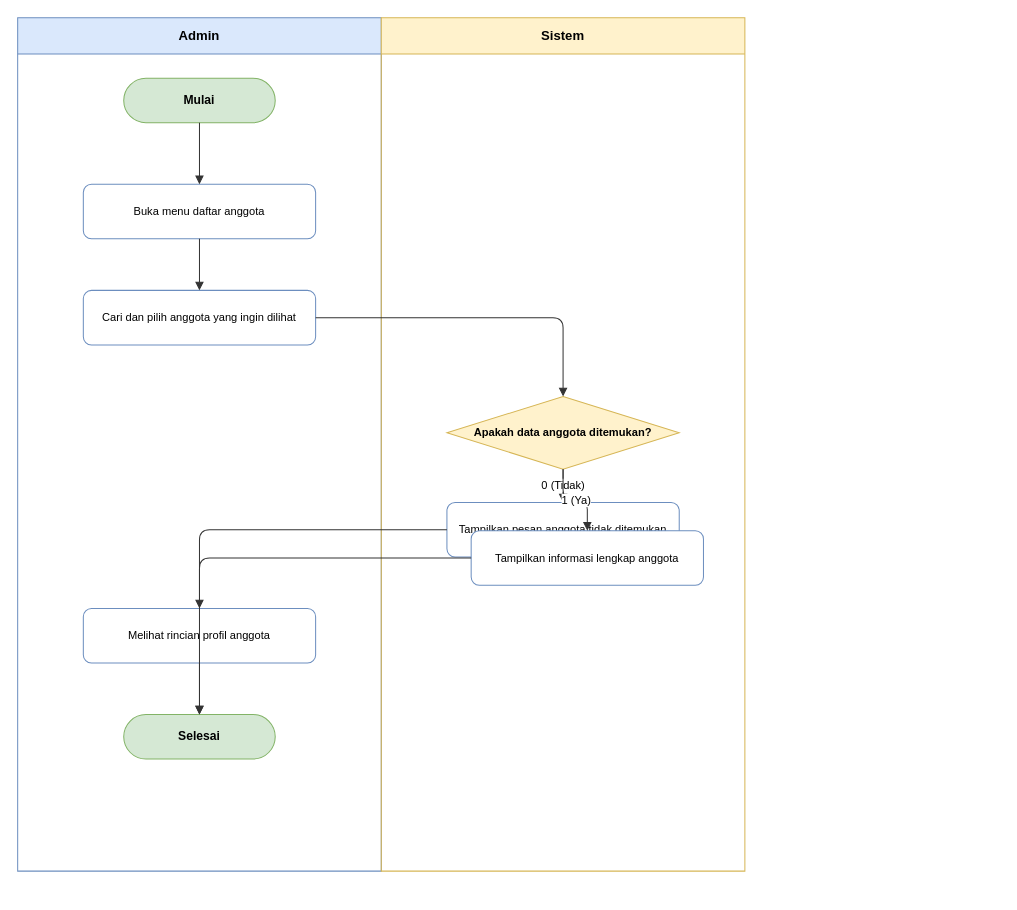
The draw.io diagram docs/diagrams/activity/activity-getuser.drawio in dimstyle/ruang-baca, before the edit. Source tidied: cells renumbered, new cells numbered last; positions are measured from the earlier drawing's top-left corner, leaving out a move shared by most shapes. Both pictures are drawn from the tidied source at 101%, with x=0, y=0 at pixel (17, 17).
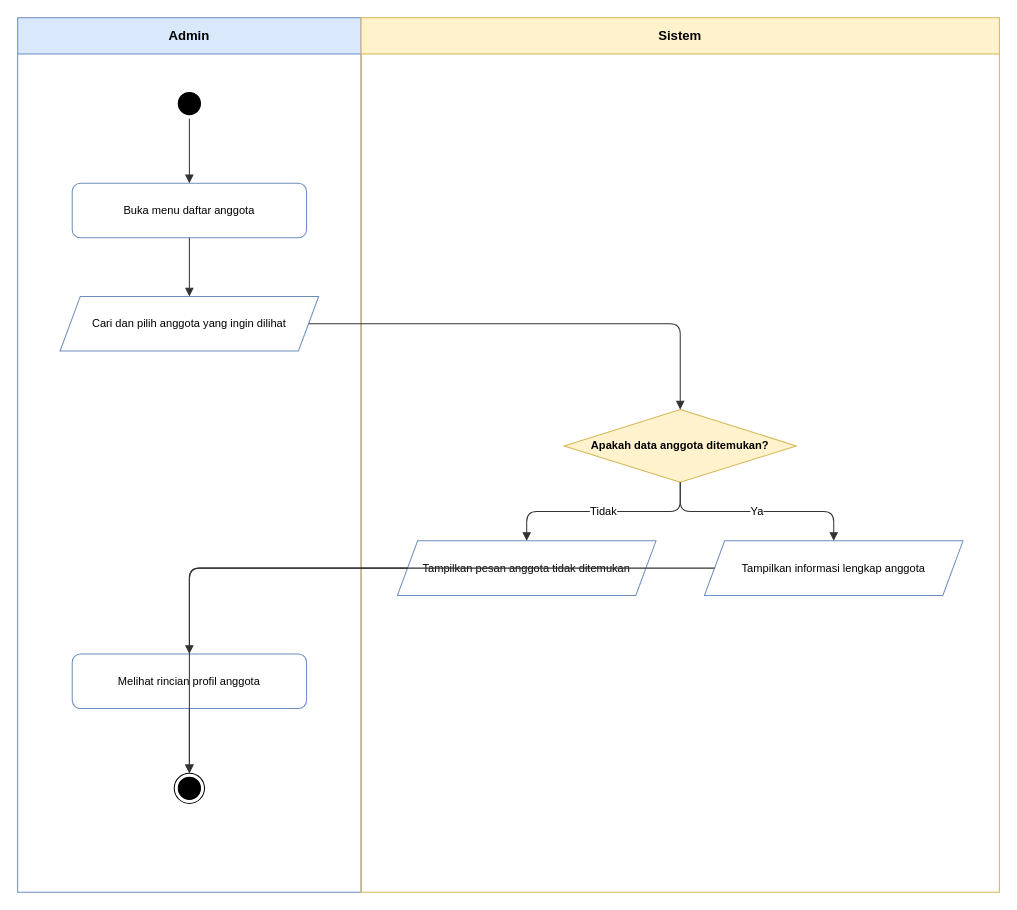
The same page after the edit.

Change to the diagram source:
```diff
@@
 <mxGraphModel>
   <root>
     <mxCell id="0" />
     <mxCell id="1" parent="0" />
     <mxCell id="2" value="Admin" style="swimlane;whiteSpace=wrap;html=1;startSize=36;fillColor=#dae8fc;strokeColor=#6c8ebf;fontStyle=1;fontSize=13;" parent="1" vertex="1">
-      <mxGeometry width="360" height="845" as="geometry" />
+      <mxGeometry width="340" height="866" as="geometry" />
     </mxCell>
     <mxCell id="3" value="Sistem" style="swimlane;whiteSpace=wrap;html=1;startSize=36;fillColor=#fff2cc;strokeColor=#d6b656;fontStyle=1;fontSize=13;" parent="1" vertex="1">
-      <mxGeometry x="360" width="360" height="845" as="geometry" />
+      <mxGeometry x="340" width="632" height="866" as="geometry" />
     </mxCell>
-    <mxCell id="4" value="Mulai" style="rounded=1;whiteSpace=wrap;html=1;arcSize=50;fillColor=#d5e8d4;strokeColor=#82b366;fontStyle=1;fontSize=12;" parent="2" vertex="1">
-      <mxGeometry x="105" y="60" width="150" height="44" as="geometry" />
+    <mxCell id="4" style="ellipse;html=1;shape=startState;fillColor=#000000;strokeColor=#000000;" parent="2" vertex="1">
+      <mxGeometry x="155" y="70" width="30" height="30" as="geometry" />
     </mxCell>
     <mxCell id="5" value="Buka menu daftar anggota" style="rounded=1;whiteSpace=wrap;html=1;fillColor=#ffffff;strokeColor=#6c8ebf;fontSize=11;" parent="2" vertex="1">
-      <mxGeometry x="65" y="165" width="230" height="54" as="geometry" />
+      <mxGeometry x="54" y="164" width="232" height="54" as="geometry" />
     </mxCell>
-    <mxCell id="6" value="Cari dan pilih anggota yang ingin dilihat" style="rounded=1;whiteSpace=wrap;html=1;fillColor=#ffffff;strokeColor=#6c8ebf;fontSize=11;" parent="2" vertex="1">
-      <mxGeometry x="65" y="270" width="230" height="54" as="geometry" />
+    <mxCell id="6" value="Cari dan pilih anggota yang ingin dilihat" style="shape=parallelogram;perimeter=parallelogramPerimeter;whiteSpace=wrap;html=1;fixedSize=1;fillColor=#ffffff;strokeColor=#6c8ebf;fontSize=11;" parent="2" vertex="1">
+      <mxGeometry x="42" y="276" width="256" height="54" as="geometry" />
     </mxCell>
     <mxCell id="7" value="Melihat rincian profil anggota" style="rounded=1;whiteSpace=wrap;html=1;fillColor=#ffffff;strokeColor=#6c8ebf;fontSize=11;" parent="2" vertex="1">
-      <mxGeometry x="65" y="585" width="230" height="54" as="geometry" />
+      <mxGeometry x="54" y="630" width="232" height="54" as="geometry" />
     </mxCell>
-    <mxCell id="8" value="Selesai" style="rounded=1;whiteSpace=wrap;html=1;arcSize=50;fillColor=#d5e8d4;strokeColor=#82b366;fontStyle=1;fontSize=12;" parent="2" vertex="1">
-      <mxGeometry x="105" y="690" width="150" height="44" as="geometry" />
+    <mxCell id="8" style="ellipse;html=1;shape=endState;fillColor=#000000;strokeColor=#000000;" parent="2" vertex="1">
+      <mxGeometry x="155" y="748" width="30" height="30" as="geometry" />
     </mxCell>
     <mxCell id="9" value="Apakah data anggota ditemukan?" style="rhombus;whiteSpace=wrap;html=1;fillColor=#fff2cc;strokeColor=#d6b656;fontStyle=1;fontSize=11;" parent="3" vertex="1">
-      <mxGeometry x="65" y="375" width="230" height="72" as="geometry" />
+      <mxGeometry x="201" y="388" width="230" height="72" as="geometry" />
     </mxCell>
-    <mxCell id="10" value="Tampilkan pesan anggota tidak ditemukan" style="rounded=1;whiteSpace=wrap;html=1;fillColor=#ffffff;strokeColor=#6c8ebf;fontSize=11;" parent="3" vertex="1">
-      <mxGeometry x="65" y="480" width="230" height="54" as="geometry" />
+    <mxCell id="10" value="Tampilkan pesan anggota tidak ditemukan" style="shape=parallelogram;perimeter=parallelogramPerimeter;whiteSpace=wrap;html=1;fixedSize=1;fillColor=#ffffff;strokeColor=#6c8ebf;fontSize=11;" parent="3" vertex="1">
+      <mxGeometry x="36" y="518" width="256" height="54" as="geometry" />
     </mxCell>
-    <mxCell id="11" value="Tampilkan informasi lengkap anggota" style="rounded=1;whiteSpace=wrap;html=1;fillColor=#ffffff;strokeColor=#6c8ebf;fontSize=11;" parent="3" vertex="1">
-      <mxGeometry x="89" y="508" width="230" height="54" as="geometry" />
+    <mxCell id="11" value="Tampilkan informasi lengkap anggota" style="shape=parallelogram;perimeter=parallelogramPerimeter;whiteSpace=wrap;html=1;fixedSize=1;fillColor=#ffffff;strokeColor=#6c8ebf;fontSize=11;" parent="3" vertex="1">
+      <mxGeometry x="340" y="518" width="256" height="54" as="geometry" />
     </mxCell>
     <mxCell id="12" style="edgeStyle=orthogonalEdgeStyle;rounded=1;jettySize=auto;html=1;endArrow=block;endFill=1;strokeColor=#333333;fontSize=11;labelBackgroundColor=#ffffff;" parent="1" edge="1" source="4" target="5">
       <mxGeometry relative="1" as="geometry" />
     </mxCell>
     <mxCell id="13" style="edgeStyle=orthogonalEdgeStyle;rounded=1;jettySize=auto;html=1;endArrow=block;endFill=1;strokeColor=#333333;fontSize=11;labelBackgroundColor=#ffffff;" parent="1" edge="1" source="5" target="6">
       <mxGeometry relative="1" as="geometry" />
     </mxCell>
     <mxCell id="14" style="edgeStyle=orthogonalEdgeStyle;rounded=1;jettySize=auto;html=1;endArrow=block;endFill=1;strokeColor=#333333;fontSize=11;labelBackgroundColor=#ffffff;" parent="1" edge="1" source="7" target="8">
       <mxGeometry relative="1" as="geometry" />
     </mxCell>
     <mxCell id="15" style="edgeStyle=orthogonalEdgeStyle;rounded=1;jettySize=auto;html=1;endArrow=block;endFill=1;strokeColor=#333333;fontSize=11;labelBackgroundColor=#ffffff;" parent="1" edge="1" source="6" target="9">
       <mxGeometry relative="1" as="geometry" />
     </mxCell>
-    <mxCell id="16" value="0 (Tidak)" style="edgeStyle=orthogonalEdgeStyle;rounded=1;jettySize=auto;html=1;endArrow=block;endFill=1;strokeColor=#333333;fontSize=11;labelBackgroundColor=#ffffff;" parent="1" edge="1" source="9" target="10">
+    <mxCell id="16" value="Tidak" style="edgeStyle=orthogonalEdgeStyle;rounded=1;jettySize=auto;html=1;endArrow=block;endFill=1;strokeColor=#333333;fontSize=11;labelBackgroundColor=#ffffff;" parent="1" edge="1" source="9" target="10">
       <mxGeometry relative="1" as="geometry" />
     </mxCell>
     <mxCell id="17" style="edgeStyle=orthogonalEdgeStyle;rounded=1;jettySize=auto;html=1;endArrow=block;endFill=1;strokeColor=#333333;fontSize=11;labelBackgroundColor=#ffffff;" parent="1" edge="1" source="10" target="8">
       <mxGeometry relative="1" as="geometry" />
     </mxCell>
-    <mxCell id="18" value="1 (Ya)" style="edgeStyle=orthogonalEdgeStyle;rounded=1;jettySize=auto;html=1;endArrow=block;endFill=1;strokeColor=#333333;fontSize=11;labelBackgroundColor=#ffffff;" parent="1" edge="1" source="9" target="11">
+    <mxCell id="18" value="Ya" style="edgeStyle=orthogonalEdgeStyle;rounded=1;jettySize=auto;html=1;endArrow=block;endFill=1;strokeColor=#333333;fontSize=11;labelBackgroundColor=#ffffff;" parent="1" edge="1" source="9" target="11">
       <mxGeometry relative="1" as="geometry" />
     </mxCell>
     <mxCell id="19" style="edgeStyle=orthogonalEdgeStyle;rounded=1;jettySize=auto;html=1;endArrow=block;endFill=1;strokeColor=#333333;fontSize=11;labelBackgroundColor=#ffffff;" parent="1" edge="1" source="11" target="7">
       <mxGeometry relative="1" as="geometry" />
     </mxCell>
   </root>
 </mxGraphModel>
```
